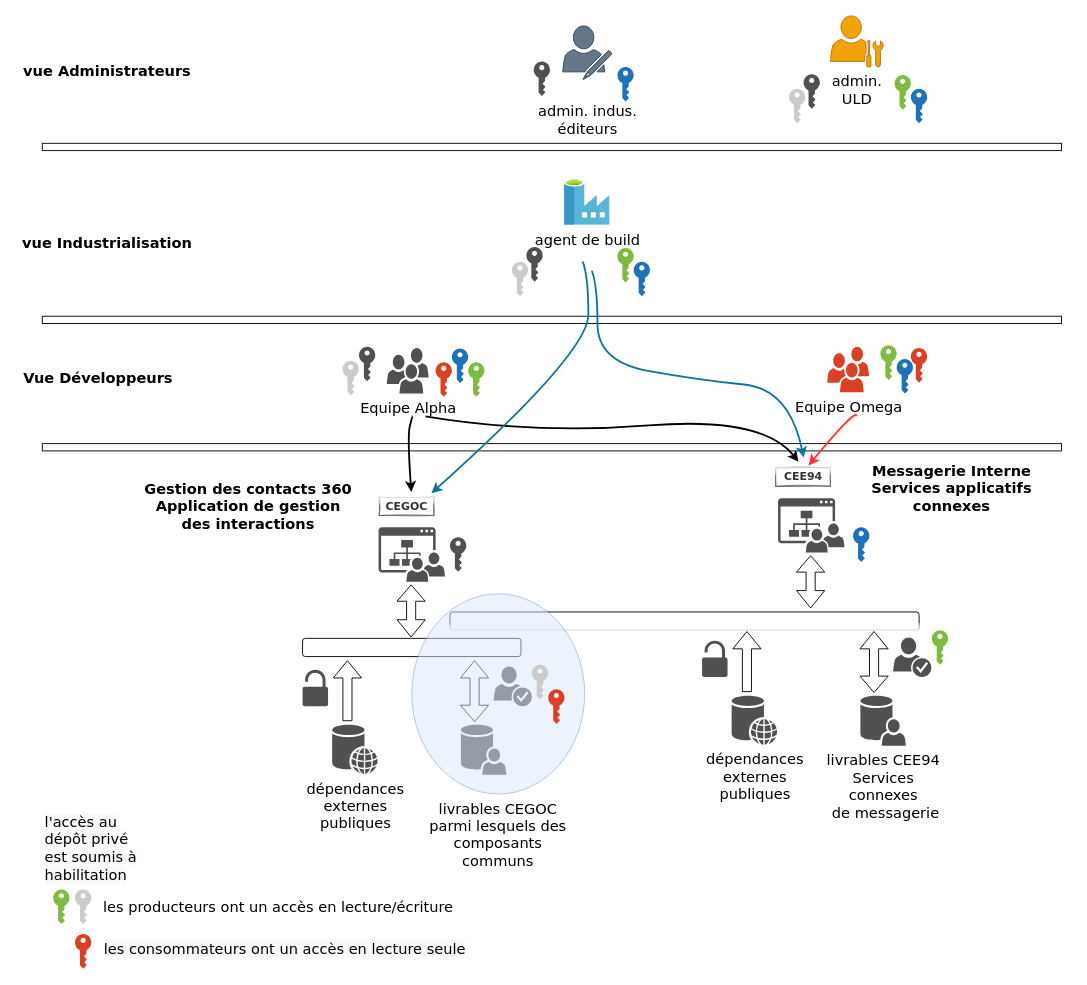
This is page "cia_arti_uld" (2 of 3) of cia_artifactory_diagram.drawio from jmrablat/diagrams, a draw.io file, before an edit. Source tidied: cells renumbered, new cells numbered last; positions are measured from the earlier drawing's top-left corner, leaving out a move shared by most shapes. Both pictures are drawn from the tidied source at 91%, with x=0, y=0 at pixel (15, 15).
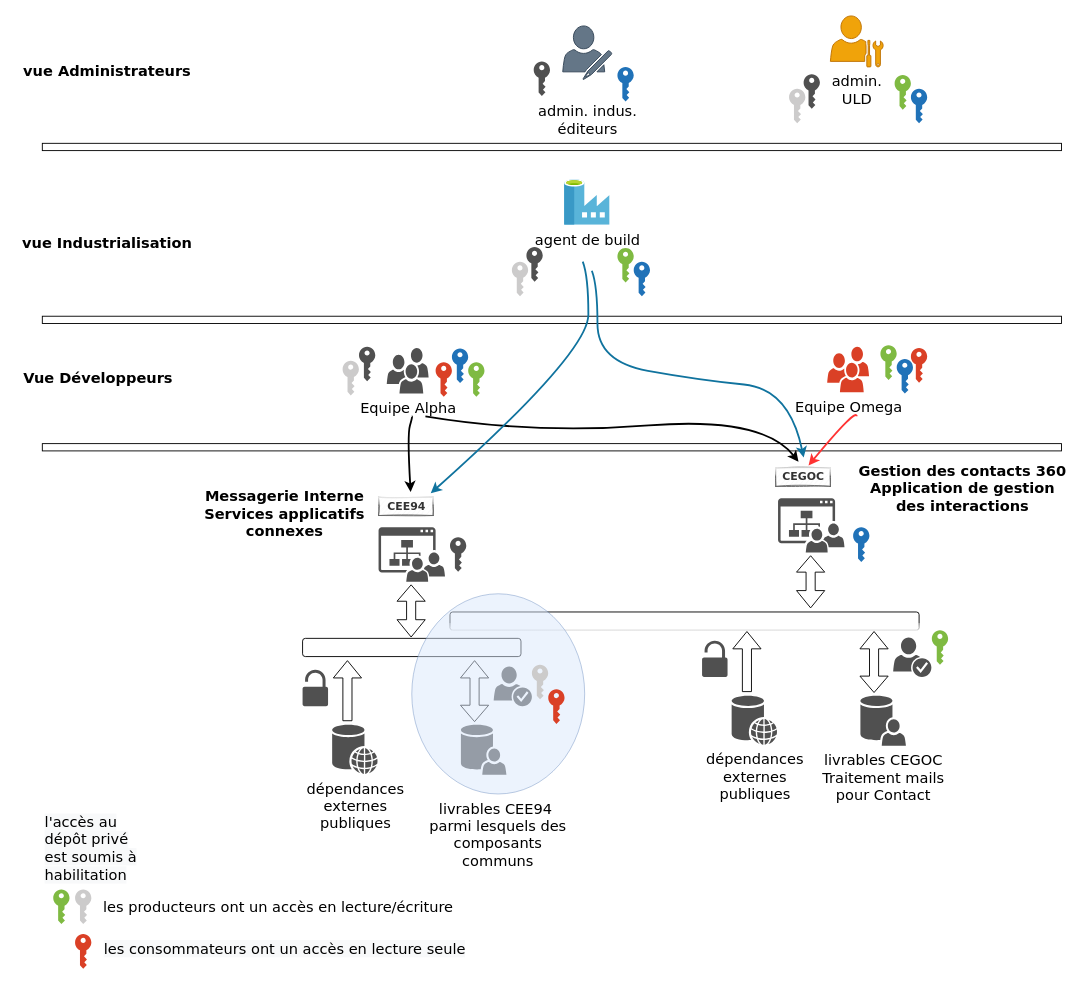
The same diagram, later.

Diff of the diagram source:
```diff
@@
-    <mxCell id="13" value="&lt;font style=&quot;font-size: 16px;&quot;&gt;livrables CEE94&lt;br style=&quot;font-size: 16px;&quot;&gt;Services&lt;br style=&quot;font-size: 16px;&quot;&gt;connexes&lt;br style=&quot;font-size: 16px;&quot;&gt;&amp;nbsp;de messagerie&lt;/font&gt;" style="shadow=0;dashed=0;html=1;strokeColor=none;fillColor=#505050;labelPosition=center;verticalLabelPosition=bottom;verticalAlign=top;align=center;shape=mxgraph.office.users.user_store;sketch=0;fontFamily=Verdana;fontSize=16;" parent="1" vertex="1">
+    <mxCell id="13" value="livrables CEGOC&lt;br&gt;Traitement mails&lt;br&gt;pour Contact" style="shadow=0;dashed=0;html=1;strokeColor=none;fillColor=#505050;labelPosition=center;verticalLabelPosition=bottom;verticalAlign=top;align=center;shape=mxgraph.office.users.user_store;sketch=0;fontFamily=Verdana;fontSize=16;" parent="1" vertex="1">
       <mxGeometry x="928" y="747" width="50" height="55" as="geometry" />
     </mxCell>
@@
-    <mxCell id="22" value="livrables CEGOC &lt;br style=&quot;font-size: 16px;&quot;&gt;parmi lesquels des&lt;br style=&quot;font-size: 16px;&quot;&gt;composants&lt;br style=&quot;font-size: 16px;&quot;&gt;communs" style="ellipse;whiteSpace=wrap;html=1;rounded=0;shadow=0;strokeWidth=1;fillColor=#dae8fc;fontSize=16;align=center;strokeColor=#6c8ebf;opacity=50;rotation=0;verticalAlign=top;labelPosition=center;verticalLabelPosition=bottom;fontFamily=Verdana;" parent="1" vertex="1">
+    <mxCell id="22" value="livrables CEE94&amp;nbsp;&lt;br style=&quot;font-size: 16px&quot;&gt;parmi lesquels des&lt;br style=&quot;font-size: 16px&quot;&gt;composants&lt;br style=&quot;font-size: 16px&quot;&gt;communs" style="ellipse;whiteSpace=wrap;html=1;rounded=0;shadow=0;strokeWidth=1;fillColor=#dae8fc;fontSize=16;align=center;strokeColor=#6c8ebf;opacity=50;rotation=0;verticalAlign=top;labelPosition=center;verticalLabelPosition=bottom;fontFamily=Verdana;" parent="1" vertex="1">
       <mxGeometry x="435" y="635" width="190" height="220" as="geometry" />
     </mxCell>
-    <mxCell id="23" value="CEE94" style="text;align=center;verticalAlign=middle;points=[];fillColor=#f5f5f5;strokeColor=#666666;rounded=0;shadow=0;glass=1;sketch=1;fontFamily=Verdana;html=1;fontStyle=1;fontColor=#333333;" parent="1" vertex="1">
+    <mxCell id="23" value="CEGOC" style="text;align=center;verticalAlign=middle;points=[];fillColor=#f5f5f5;strokeColor=#666666;rounded=0;shadow=0;glass=1;sketch=1;fontFamily=Verdana;html=1;fontStyle=1;fontColor=#333333;" parent="1" vertex="1">
       <mxGeometry x="835" y="497" width="60" height="20" as="geometry" />
     </mxCell>
     <mxCell id="24" value="Messagerie Interne&lt;br style=&quot;font-size: 16px;&quot;&gt;Services applicatifs&lt;br style=&quot;font-size: 16px;&quot;&gt;connexes" style="text;html=1;align=center;verticalAlign=middle;fillColor=none;strokeColor=none;rounded=0;shadow=0;glass=1;sketch=1;fontFamily=Verdana;fontStyle=1;fontSize=16;" parent="1" vertex="1">
-      <mxGeometry x="932.5" y="489" width="190" height="60" as="geometry" />
+      <mxGeometry x="200" y="517" width="190" height="60" as="geometry" />
     </mxCell>
-    <mxCell id="25" value="CEGOC" style="text;align=center;verticalAlign=middle;points=[];rounded=0;shadow=0;glass=1;sketch=1;fontFamily=Verdana;html=1;fontStyle=1;fillColor=#f5f5f5;strokeColor=#666666;fontColor=#333333;" parent="1" vertex="1">
-      <mxGeometry x="399.2" y="529" width="60" height="20" as="geometry" />
+    <mxCell id="25" value="CEE94" style="text;align=center;verticalAlign=middle;points=[];rounded=0;shadow=0;glass=1;sketch=1;fontFamily=Verdana;html=1;fontStyle=1;fillColor=#f5f5f5;strokeColor=#666666;fontColor=#333333;" parent="1" vertex="1">
+      <mxGeometry x="398.5" y="529" width="60" height="20" as="geometry" />
     </mxCell>
     <mxCell id="26" value="Gestion des contacts 360&lt;br style=&quot;font-size: 16px;&quot;&gt;Application de gestion&lt;br style=&quot;font-size: 16px;&quot;&gt;des interactions" style="text;html=1;align=center;verticalAlign=middle;fillColor=none;strokeColor=none;rounded=0;shadow=0;glass=1;sketch=1;fontFamily=Verdana;fontStyle=1;fontSize=16;" parent="1" vertex="1">
-      <mxGeometry x="135" y="509" width="240" height="60" as="geometry" />
+      <mxGeometry x="920" y="489" width="240" height="60" as="geometry" />
     </mxCell>
```
